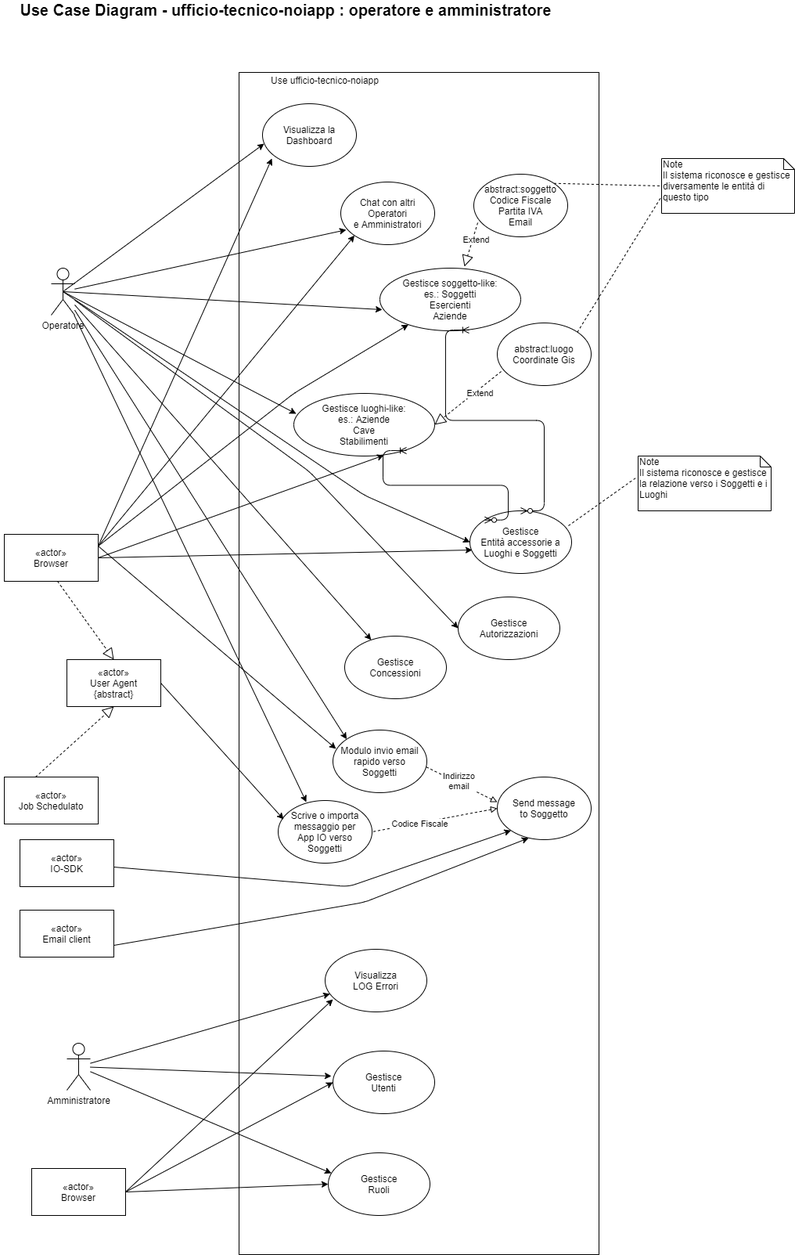
This is Project/Diagrams/UseCases/UseCaseDiagram.png from Magicianred/UfficioTecnicoGenerico, a draw.io export, as it was before one commit. Source tidied: cells renumbered, new cells last; positions are measured from the earlier drawing's top-left corner, leaving out a move shared by most shapes.
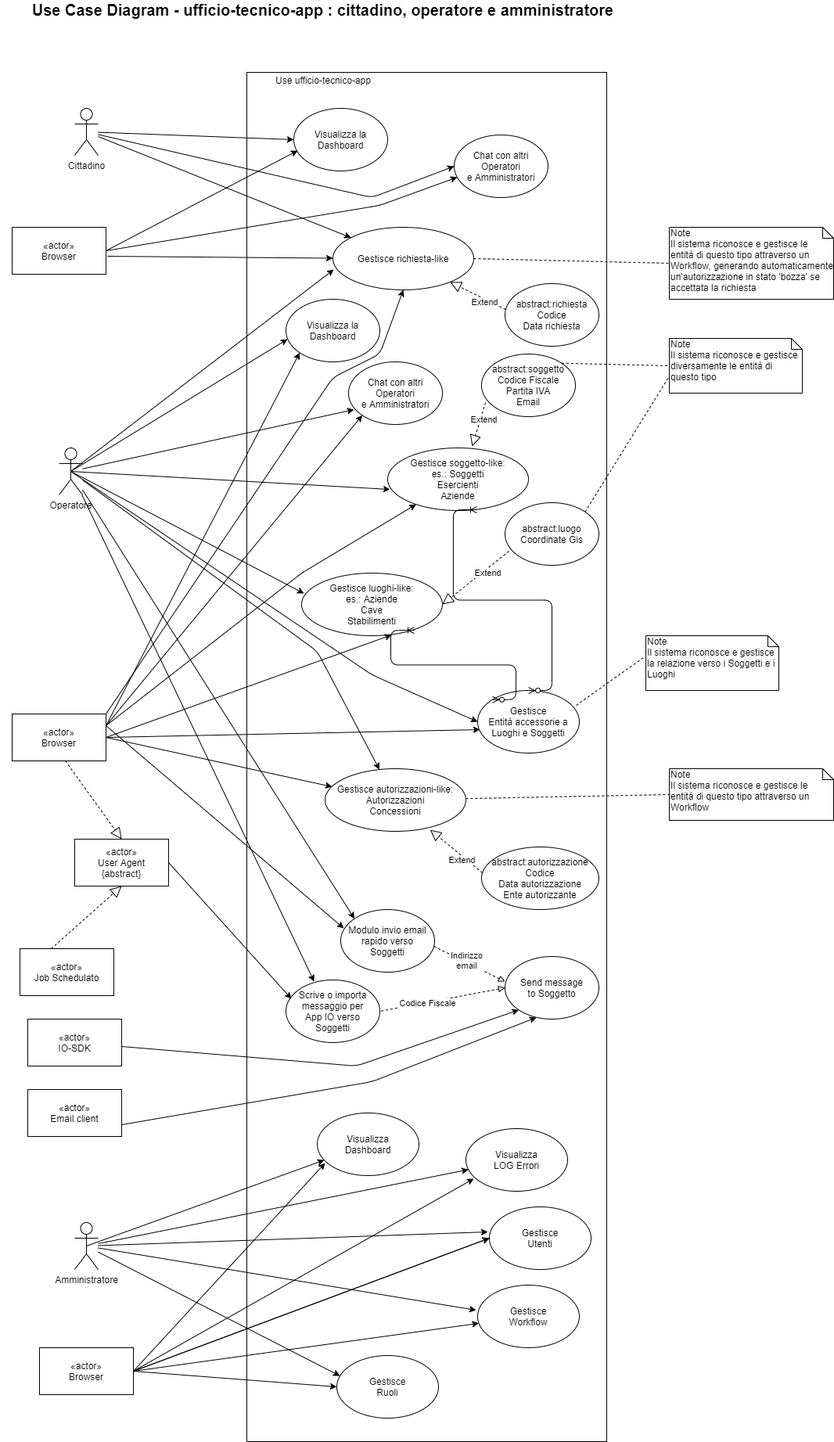
Above is the later version.

What changed in the source:
```diff
@@ -3,13 +3,13 @@
     <mxCell id="0" />
     <mxCell id="1" parent="0" />
     <mxCell id="2" style="rounded=0;whiteSpace=wrap;html=1;" parent="1" vertex="1">
-      <mxGeometry x="305" y="90" width="460" height="1510" as="geometry" />
+      <mxGeometry x="305" y="-140" width="460" height="1750" as="geometry" />
     </mxCell>
-    <mxCell id="3" value="Use ufficio-tecnico-noiapp" style="text;html=1;strokeColor=none;fillColor=none;align=center;verticalAlign=middle;whiteSpace=wrap;rounded=0;" parent="1" vertex="1">
-      <mxGeometry x="325" y="90" width="180" height="20" as="geometry" />
+    <mxCell id="3" value="Use ufficio-tecnico-app" style="text;html=1;strokeColor=none;fillColor=none;align=center;verticalAlign=middle;whiteSpace=wrap;rounded=0;" parent="1" vertex="1">
+      <mxGeometry x="312.5" y="-140" width="180" height="20" as="geometry" />
     </mxCell>
     <mxCell id="4" value="Visualizza la Dashboard" style="ellipse;whiteSpace=wrap;html=1;" parent="1" vertex="1">
-      <mxGeometry x="335" y="130" width="120" height="80" as="geometry" />
+      <mxGeometry x="355" y="150" width="120" height="80" as="geometry" />
     </mxCell>
     <mxCell id="5" value="Operatore" style="shape=umlActor;verticalLabelPosition=bottom;labelBackgroundColor=#ffffff;verticalAlign=top;html=1;outlineConnect=0;" parent="1" vertex="1">
       <mxGeometry x="65" y="340" width="30" height="60" as="geometry" />
@@ -17,8 +17,8 @@
     <mxCell id="6" value="«actor»&lt;br&gt;Browser" style="rounded=0;whiteSpace=wrap;html=1;" parent="1" vertex="1">
       <mxGeometry x="5" y="680" width="120" height="60" as="geometry" />
     </mxCell>
-    <mxCell id="7" value="&lt;b&gt;&lt;font style=&quot;font-size: 20px&quot;&gt;Use Case Diagram - ufficio-tecnico-noiapp : operatore e amministratore&lt;br&gt;&lt;/font&gt;&lt;/b&gt;" style="text;html=1;strokeColor=none;fillColor=none;align=center;verticalAlign=middle;whiteSpace=wrap;rounded=0;" parent="1" vertex="1">
-      <mxGeometry width="730" height="20" as="geometry" />
+    <mxCell id="7" value="&lt;b&gt;&lt;font style=&quot;font-size: 20px&quot;&gt;Use Case Diagram - ufficio-tecnico-app : cittadino, operatore e amministratore&lt;br&gt;&lt;/font&gt;&lt;/b&gt;" style="text;html=1;strokeColor=none;fillColor=none;align=center;verticalAlign=middle;whiteSpace=wrap;rounded=0;" parent="1" vertex="1">
+      <mxGeometry x="-10" y="-230" width="825" height="20" as="geometry" />
     </mxCell>
     <mxCell id="8" value="Send message&lt;br&gt;to Soggetto" style="ellipse;whiteSpace=wrap;html=1;" parent="1" vertex="1">
       <mxGeometry x="635" y="990" width="120" height="80" as="geometry" />
@@ -78,16 +78,13 @@
     <mxCell id="25" value="abstract:luogo&lt;br&gt;Coordinate Gis" style="ellipse;whiteSpace=wrap;html=1;" parent="1" vertex="1">
       <mxGeometry x="635" y="410" width="120" height="80" as="geometry" />
     </mxCell>
-    <mxCell id="26" value="Gestisce&lt;br&gt;Autorizzazioni" style="ellipse;whiteSpace=wrap;html=1;" parent="1" vertex="1">
-      <mxGeometry x="585" y="760" width="130" height="80" as="geometry" />
+    <mxCell id="26" value="Gestisce autorizzazioni-like:&lt;br&gt;Autorizzazioni&lt;br&gt;Concessioni" style="ellipse;whiteSpace=wrap;html=1;" parent="1" vertex="1">
+      <mxGeometry x="405" y="750" width="180" height="80" as="geometry" />
     </mxCell>
-    <mxCell id="27" value="Gestisce&lt;br&gt;Concessioni" style="ellipse;whiteSpace=wrap;html=1;" parent="1" vertex="1">
-      <mxGeometry x="440" y="810" width="130" height="80" as="geometry" />
-    </mxCell>
     <mxCell id="28" style="endArrow=classic;html=1;entryX=0.017;entryY=0.638;entryDx=0;entryDy=0;entryPerimeter=0;exitX=0.5;exitY=0.5;exitDx=0;exitDy=0;exitPerimeter=0;" parent="1" edge="1" source="5" target="4">
       <mxGeometry relative="1" as="geometry" />
     </mxCell>
-    <mxCell id="29" style="endArrow=classic;html=1;exitX=1;exitY=0.25;exitDx=0;exitDy=0;entryX=0.1;entryY=0.875;entryDx=0;entryDy=0;entryPerimeter=0;" parent="1" edge="1" source="6" target="4">
+    <mxCell id="29" style="endArrow=classic;html=1;exitX=1;exitY=0.25;exitDx=0;exitDy=0;entryX=0;entryY=1;entryDx=0;entryDy=0;" parent="1" edge="1" source="6" target="4">
       <mxGeometry relative="1" as="geometry" />
     </mxCell>
     <mxCell id="30" style="endArrow=classic;html=1;entryX=0;entryY=1;entryDx=0;entryDy=0;exitX=1;exitY=0.25;exitDx=0;exitDy=0;" parent="1" edge="1" source="6" target="10">
@@ -102,16 +99,13 @@
     <mxCell id="33" style="endArrow=classic;html=1;entryX=0.017;entryY=0.325;entryDx=0;entryDy=0;entryPerimeter=0;exitX=0.5;exitY=0.5;exitDx=0;exitDy=0;exitPerimeter=0;" parent="1" edge="1" source="5" target="22">
       <mxGeometry relative="1" as="geometry" />
     </mxCell>
-    <mxCell id="34" style="endArrow=classic;html=1;entryX=0;entryY=0.5;entryDx=0;entryDy=0;" parent="1" edge="1" source="5" target="26">
+    <mxCell id="34" style="endArrow=classic;html=1;" parent="1" edge="1" source="5" target="26">
       <mxGeometry relative="1" as="geometry">
         <Array as="points">
           <mxPoint x="395" y="600" />
         </Array>
       </mxGeometry>
     </mxCell>
-    <mxCell id="35" style="endArrow=classic;html=1;" parent="1" edge="1" source="5" target="27">
-      <mxGeometry relative="1" as="geometry" />
-    </mxCell>
     <mxCell id="36" style="endArrow=classic;html=1;entryX=0.3;entryY=0.025;entryDx=0;entryDy=0;entryPerimeter=0;" parent="1" edge="1" source="5" target="15">
       <mxGeometry relative="1" as="geometry" />
     </mxCell>
@@ -186,13 +180,13 @@
       <mxGeometry x="85" y="1330" width="30" height="60" as="geometry" />
     </mxCell>
     <mxCell id="55" value="Gestisce&lt;br&gt;Utenti" style="ellipse;whiteSpace=wrap;html=1;" parent="1" vertex="1">
-      <mxGeometry x="425" y="1340" width="130" height="80" as="geometry" />
+      <mxGeometry x="615" y="1310" width="130" height="80" as="geometry" />
     </mxCell>
     <mxCell id="56" value="Gestisce&lt;br&gt;Ruoli" style="ellipse;whiteSpace=wrap;html=1;" parent="1" vertex="1">
-      <mxGeometry x="419" y="1470" width="130" height="80" as="geometry" />
+      <mxGeometry x="420" y="1500" width="130" height="80" as="geometry" />
     </mxCell>
     <mxCell id="57" value="Visualizza&lt;br&gt;LOG Errori" style="ellipse;whiteSpace=wrap;html=1;" parent="1" vertex="1">
-      <mxGeometry x="415" y="1210" width="130" height="80" as="geometry" />
+      <mxGeometry x="585" y="1210" width="130" height="80" as="geometry" />
     </mxCell>
     <mxCell id="58" style="endArrow=classic;html=1;" parent="1" edge="1" source="54" target="57">
       <mxGeometry relative="1" as="geometry" />
@@ -219,7 +213,7 @@
       <mxGeometry x="85" y="840" width="120" height="60" as="geometry" />
     </mxCell>
     <mxCell id="66" value="«actor»&lt;br&gt;Job Schedulato" style="rounded=0;whiteSpace=wrap;html=1;" parent="1" vertex="1">
-      <mxGeometry x="5" y="990" width="120" height="60" as="geometry" />
+      <mxGeometry x="15" y="980" width="120" height="60" as="geometry" />
     </mxCell>
     <mxCell id="67" style="endArrow=block;dashed=1;endFill=0;endSize=12;html=1;entryX=0.5;entryY=0;entryDx=0;entryDy=0;exitX=0.567;exitY=1;exitDx=0;exitDy=0;exitPerimeter=0;" parent="1" edge="1" source="6" target="65">
       <mxGeometry relative="1" as="geometry" />
@@ -227,5 +221,114 @@
     <mxCell id="68" style="endArrow=block;dashed=1;endFill=0;endSize=12;html=1;entryX=0.5;entryY=1;entryDx=0;entryDy=0;exitX=0.333;exitY=0;exitDx=0;exitDy=0;exitPerimeter=0;" parent="1" edge="1" source="66" target="65">
       <mxGeometry relative="1" as="geometry" />
     </mxCell>
+    <mxCell id="69" value="Cittadino" style="shape=umlActor;verticalLabelPosition=bottom;labelBackgroundColor=#ffffff;verticalAlign=top;html=1;outlineConnect=0;" parent="1" vertex="1">
+      <mxGeometry x="85" y="-94" width="30" height="60" as="geometry" />
+    </mxCell>
+    <mxCell id="70" value="Visualizza la Dashboard" style="ellipse;whiteSpace=wrap;html=1;" parent="1" vertex="1">
+      <mxGeometry x="365" y="-94" width="120" height="80" as="geometry" />
+    </mxCell>
+    <mxCell id="71" value="Chat con altri&lt;br&gt;Operatori&lt;br&gt;e Amministratori" style="ellipse;whiteSpace=wrap;html=1;" parent="1" vertex="1">
+      <mxGeometry x="570" y="-60" width="120" height="80" as="geometry" />
+    </mxCell>
+    <mxCell id="72" value="Gestisce richiesta-like" style="ellipse;whiteSpace=wrap;html=1;" parent="1" vertex="1">
+      <mxGeometry x="415" y="58" width="180" height="80" as="geometry" />
+    </mxCell>
+    <mxCell id="73" value="abstract:richiesta&lt;br&gt;Codice&lt;br&gt;Data richiesta" style="ellipse;whiteSpace=wrap;html=1;" parent="1" vertex="1">
+      <mxGeometry x="635" y="130" width="120" height="80" as="geometry" />
+    </mxCell>
+    <mxCell id="74" style="endArrow=block;dashed=1;endFill=0;endSize=12;html=1;exitX=0.008;exitY=0.413;exitDx=0;exitDy=0;exitPerimeter=0;" parent="1" edge="1" source="73" target="72">
+      <mxGeometry relative="1" as="geometry" />
+    </mxCell>
+    <mxCell id="75" value="Extend" style="edgeLabel;html=1;align=center;verticalAlign=middle;" parent="74" vertex="1">
+      <mxGeometry x="-0.27" y="4" relative="1" as="geometry" />
+    </mxCell>
+    <mxCell id="76" style="endArrow=classic;html=1;" parent="1" edge="1" source="69" target="72">
+      <mxGeometry relative="1" as="geometry" />
+    </mxCell>
+    <mxCell id="77" style="endArrow=classic;html=1;entryX=0;entryY=0.5;entryDx=0;entryDy=0;" parent="1" edge="1" source="69" target="71">
+      <mxGeometry relative="1" as="geometry">
+        <Array as="points">
+          <mxPoint x="465" y="20" />
+        </Array>
+      </mxGeometry>
+    </mxCell>
+    <mxCell id="78" style="endArrow=classic;html=1;entryX=0;entryY=0.5;entryDx=0;entryDy=0;" parent="1" edge="1" source="69" target="70">
+      <mxGeometry relative="1" as="geometry" />
+    </mxCell>
+    <mxCell id="79" style="endArrow=classic;html=1;entryX=0.006;entryY=0.675;entryDx=0;entryDy=0;entryPerimeter=0;exitX=0.5;exitY=0.5;exitDx=0;exitDy=0;exitPerimeter=0;" parent="1" edge="1" source="5" target="72">
+      <mxGeometry relative="1" as="geometry" />
+    </mxCell>
+    <mxCell id="80" value="«actor»&lt;br&gt;Browser" style="rounded=0;whiteSpace=wrap;html=1;" parent="1" vertex="1">
+      <mxGeometry x="5" y="58" width="120" height="60" as="geometry" />
+    </mxCell>
+    <mxCell id="81" style="endArrow=classic;html=1;entryX=0.042;entryY=0.675;entryDx=0;entryDy=0;entryPerimeter=0;exitX=1;exitY=0.5;exitDx=0;exitDy=0;" parent="1" edge="1" source="80" target="70">
+      <mxGeometry relative="1" as="geometry" />
+    </mxCell>
+    <mxCell id="82" style="endArrow=classic;html=1;entryX=0.033;entryY=0.675;entryDx=0;entryDy=0;exitX=1;exitY=0.5;exitDx=0;exitDy=0;entryPerimeter=0;" parent="1" edge="1" source="80" target="71">
+      <mxGeometry relative="1" as="geometry">
+        <Array as="points">
+          <mxPoint x="475" y="30" />
+        </Array>
+      </mxGeometry>
+    </mxCell>
+    <mxCell id="83" style="endArrow=classic;html=1;exitX=1.017;exitY=0.617;exitDx=0;exitDy=0;exitPerimeter=0;" parent="1" edge="1" source="80" target="72">
+      <mxGeometry relative="1" as="geometry" />
+    </mxCell>
+    <mxCell id="84" style="endArrow=classic;html=1;exitX=1;exitY=0;exitDx=0;exitDy=0;entryX=0.5;entryY=1;entryDx=0;entryDy=0;" parent="1" edge="1" source="6" target="72">
+      <mxGeometry relative="1" as="geometry">
+        <Array as="points">
+          <mxPoint x="415" y="250" />
+          <mxPoint x="475" y="220" />
+        </Array>
+      </mxGeometry>
+    </mxCell>
+    <mxCell id="85" value="Visualizza&lt;br&gt;Dashboard" style="ellipse;whiteSpace=wrap;html=1;" parent="1" vertex="1">
+      <mxGeometry x="395" y="1190" width="130" height="80" as="geometry" />
+    </mxCell>
+    <mxCell id="86" style="endArrow=classic;html=1;exitX=0.5;exitY=0.5;exitDx=0;exitDy=0;exitPerimeter=0;" parent="1" edge="1" source="54" target="85">
+      <mxGeometry relative="1" as="geometry" />
+    </mxCell>
+    <mxCell id="87" style="endArrow=classic;html=1;entryX=0.077;entryY=0.8;entryDx=0;entryDy=0;entryPerimeter=0;exitX=1;exitY=0.5;exitDx=0;exitDy=0;" parent="1" edge="1" source="59" target="85">
+      <mxGeometry relative="1" as="geometry" />
+    </mxCell>
+    <mxCell id="88" value="abstract:autorizzazione&lt;br&gt;Codice&lt;br&gt;Data autorizzazione&lt;br&gt;Ente autorizzante" style="ellipse;whiteSpace=wrap;html=1;" parent="1" vertex="1">
+      <mxGeometry x="605" y="850" width="150" height="80" as="geometry" />
+    </mxCell>
+    <mxCell id="89" style="endArrow=block;dashed=1;endFill=0;endSize=12;html=1;exitX=0.008;exitY=0.413;exitDx=0;exitDy=0;exitPerimeter=0;entryX=0.746;entryY=0.975;entryDx=0;entryDy=0;entryPerimeter=0;" parent="1" edge="1" source="88" target="26">
+      <mxGeometry relative="1" as="geometry" />
+    </mxCell>
+    <mxCell id="90" value="Extend" style="edgeLabel;html=1;align=center;verticalAlign=middle;" parent="89" vertex="1">
+      <mxGeometry x="-0.27" y="4" relative="1" as="geometry" />
+    </mxCell>
+    <mxCell id="91" style="endArrow=classic;html=1;exitX=1;exitY=0.5;exitDx=0;exitDy=0;entryX=0.05;entryY=0.288;entryDx=0;entryDy=0;entryPerimeter=0;" parent="1" edge="1" source="6" target="26">
+      <mxGeometry relative="1" as="geometry" />
+    </mxCell>
+    <mxCell id="92" value="Note&lt;br&gt;Il sistema riconosce e gestisce le entità di questo tipo attraverso un Workflow, generando automaticamente un'autorizzazione in stato 'bozza' se accettata la richiesta" style="shape=note;whiteSpace=wrap;html=1;size=14;verticalAlign=top;align=left;spacingTop=-6;" parent="1" vertex="1">
+      <mxGeometry x="845" y="58" width="210" height="92" as="geometry" />
+    </mxCell>
+    <mxCell id="93" style="endArrow=none;dashed=1;html=1;entryX=0;entryY=0.5;entryDx=0;entryDy=0;entryPerimeter=0;exitX=1;exitY=0.5;exitDx=0;exitDy=0;" parent="1" edge="1" source="72" target="92">
+      <mxGeometry relative="1" as="geometry" />
+    </mxCell>
+    <mxCell id="94" value="Note&lt;br&gt;Il sistema riconosce e gestisce le entità di questo tipo attraverso un Workflow" style="shape=note;whiteSpace=wrap;html=1;size=14;verticalAlign=top;align=left;spacingTop=-6;" parent="1" vertex="1">
+      <mxGeometry x="845" y="750" width="210" height="66" as="geometry" />
+    </mxCell>
+    <mxCell id="95" style="endArrow=none;dashed=1;html=1;entryX=0;entryY=0.5;entryDx=0;entryDy=0;entryPerimeter=0;" parent="1" edge="1" source="26" target="94">
+      <mxGeometry relative="1" as="geometry" />
+    </mxCell>
+    <mxCell id="96" style="endArrow=classic;html=1;entryX=0;entryY=0.5;entryDx=0;entryDy=0;exitX=1;exitY=0.5;exitDx=0;exitDy=0;" parent="1" edge="1">
+      <mxGeometry relative="1" as="geometry">
+        <mxPoint x="160" y="1520" as="sourcePoint" />
+        <mxPoint x="615" y="1350" as="targetPoint" />
+      </mxGeometry>
+    </mxCell>
+    <mxCell id="97" value="Gestisce&lt;br&gt;Workflow" style="ellipse;whiteSpace=wrap;html=1;" parent="1" vertex="1">
+      <mxGeometry x="600" y="1410" width="130" height="80" as="geometry" />
+    </mxCell>
+    <mxCell id="98" style="endArrow=classic;html=1;entryX=-0.015;entryY=0.4;entryDx=0;entryDy=0;entryPerimeter=0;" parent="1" edge="1" source="54" target="97">
+      <mxGeometry relative="1" as="geometry" />
+    </mxCell>
+    <mxCell id="99" style="endArrow=classic;html=1;exitX=1;exitY=0.5;exitDx=0;exitDy=0;" parent="1" edge="1" source="59" target="97">
+      <mxGeometry relative="1" as="geometry" />
+    </mxCell>
   </root>
 </mxGraphModel>
```
